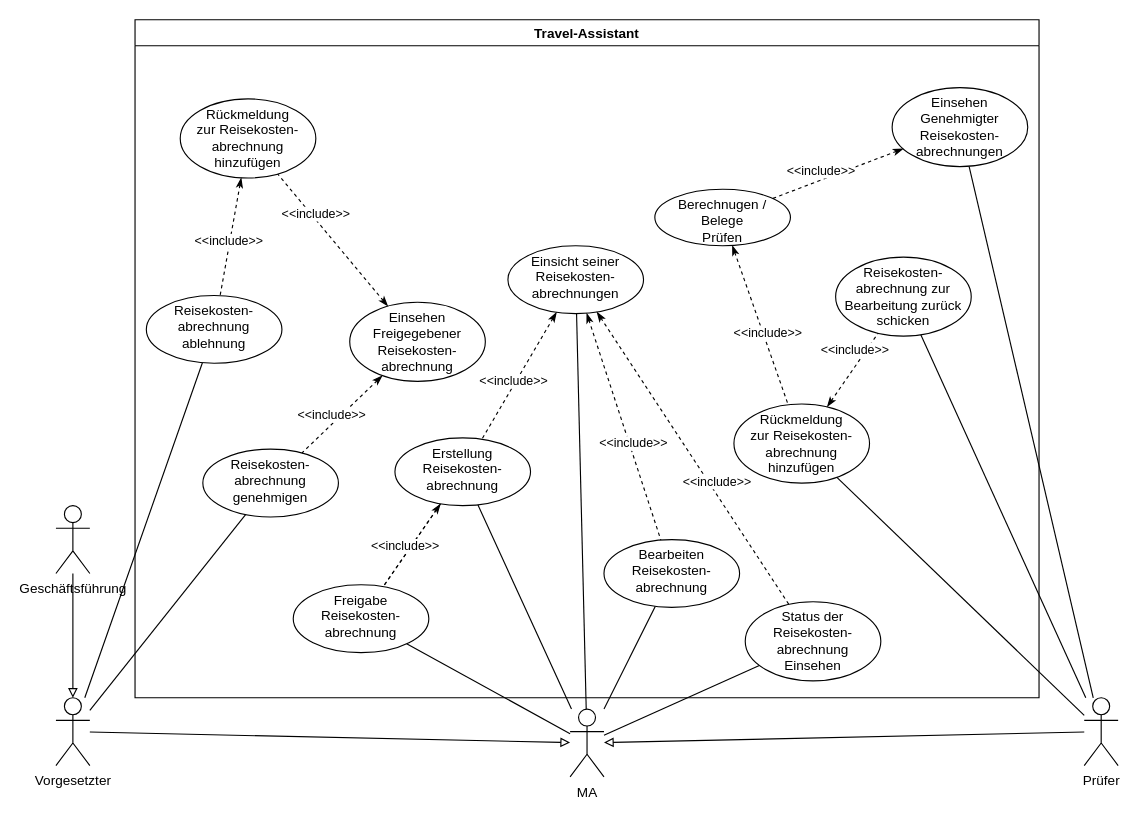
The draw.io diagram public/Travel-Assistant_AnwendungsfallDiagramm.drawio in RHoffmann21/Travel-Assistant, before the edit. Source tidied: cells renumbered, new cells numbered last; positions are measured from the earlier drawing's top-left corner, leaving out a move shared by most shapes. Both pictures are drawn from the tidied source at 113%, with x=0, y=0 at pixel (55, 19).
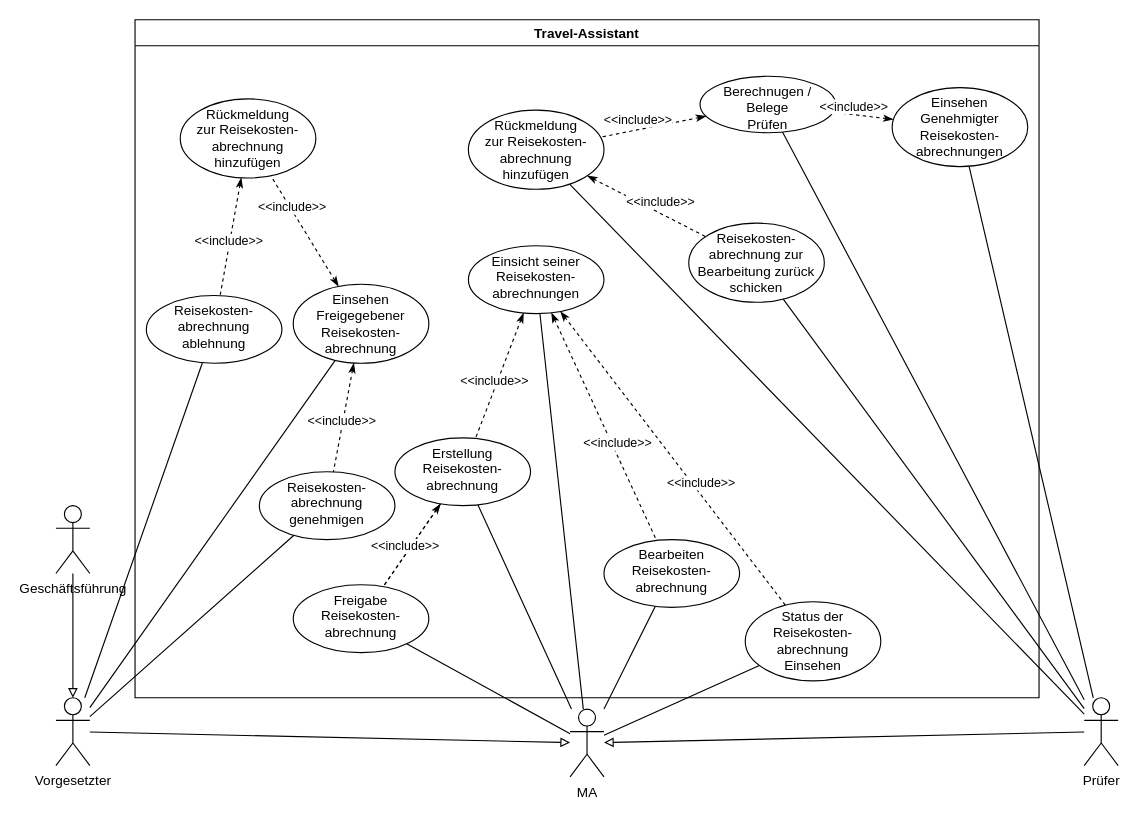
The same page after the edit.

Unchanged cells that the change refers to:
```xml
<mxCell id="11" value="Prüfer" style="shape=umlActor;verticalLabelPosition=bottom;verticalAlign=top;html=1;" parent="1" vertex="1">
  <mxGeometry x="910" y="600" width="30" height="60" as="geometry" />
</mxCell>
<mxCell id="15" value="Vorgesetzter" style="shape=umlActor;verticalLabelPosition=bottom;verticalAlign=top;html=1;" parent="1" vertex="1">
  <mxGeometry y="600" width="30" height="60" as="geometry" />
</mxCell>
<mxCell id="18" value="Travel-Assistant" style="swimlane;" parent="1" vertex="1">
  <mxGeometry x="70" width="800" height="600" as="geometry" />
</mxCell>
```

Change to the diagram source:
```diff
@@
+    <mxCell id="54" style="edgeStyle=none;html=1;endArrow=none;endFill=0;" parent="1" edge="1" source="11" target="43">
+      <mxGeometry relative="1" as="geometry" />
+    </mxCell>
@@
+    <mxCell id="55" style="edgeStyle=none;html=1;endArrow=none;endFill=0;" parent="1" edge="1" source="15" target="37">
+      <mxGeometry relative="1" as="geometry" />
+    </mxCell>
@@
     <mxCell id="19" value="Einsicht seiner Reisekosten-abrechnungen" style="ellipse;whiteSpace=wrap;html=1;verticalAlign=top;" parent="18" vertex="1">
-      <mxGeometry x="330" y="200" width="120" height="60" as="geometry" />
+      <mxGeometry x="295" y="200" width="120" height="60" as="geometry" />
     </mxCell>
@@
     <mxCell id="37" value="Einsehen Freigegebener Reisekosten-abrechnung" style="ellipse;whiteSpace=wrap;html=1;verticalAlign=top;" parent="18" vertex="1">
-      <mxGeometry x="190" y="250" width="120" height="70" as="geometry" />
+      <mxGeometry x="140" y="234" width="120" height="70" as="geometry" />
     </mxCell>
@@
     <mxCell id="40" value="Reisekosten-abrechnung&lt;br&gt;genehmigen" style="ellipse;whiteSpace=wrap;html=1;verticalAlign=top;" parent="18" vertex="1">
-      <mxGeometry x="60" y="380" width="120" height="60" as="geometry" />
+      <mxGeometry x="110" y="400" width="120" height="60" as="geometry" />
     </mxCell>
@@
     <mxCell id="43" value="Berechnugen / Belege&lt;br&gt;Prüfen" style="ellipse;whiteSpace=wrap;html=1;verticalAlign=top;" parent="18" vertex="1">
-      <mxGeometry x="460" y="150" width="120" height="50" as="geometry" />
+      <mxGeometry x="500" y="50" width="120" height="50" as="geometry" />
     </mxCell>
     <mxCell id="44" value="Reisekosten-abrechnung zur Bearbeitung zurück schicken" style="ellipse;whiteSpace=wrap;html=1;verticalAlign=top;" parent="18" vertex="1">
-      <mxGeometry x="620" y="210" width="120" height="70" as="geometry" />
+      <mxGeometry x="490" y="180" width="120" height="70" as="geometry" />
     </mxCell>
     <mxCell id="45" value="Rückmeldung&lt;br&gt;zur Reisekosten-abrechnung hinzufügen" style="ellipse;whiteSpace=wrap;html=1;verticalAlign=top;" parent="18" vertex="1">
-      <mxGeometry x="530" y="340" width="120" height="70" as="geometry" />
+      <mxGeometry x="295" y="80" width="120" height="70" as="geometry" />
     </mxCell>
```
